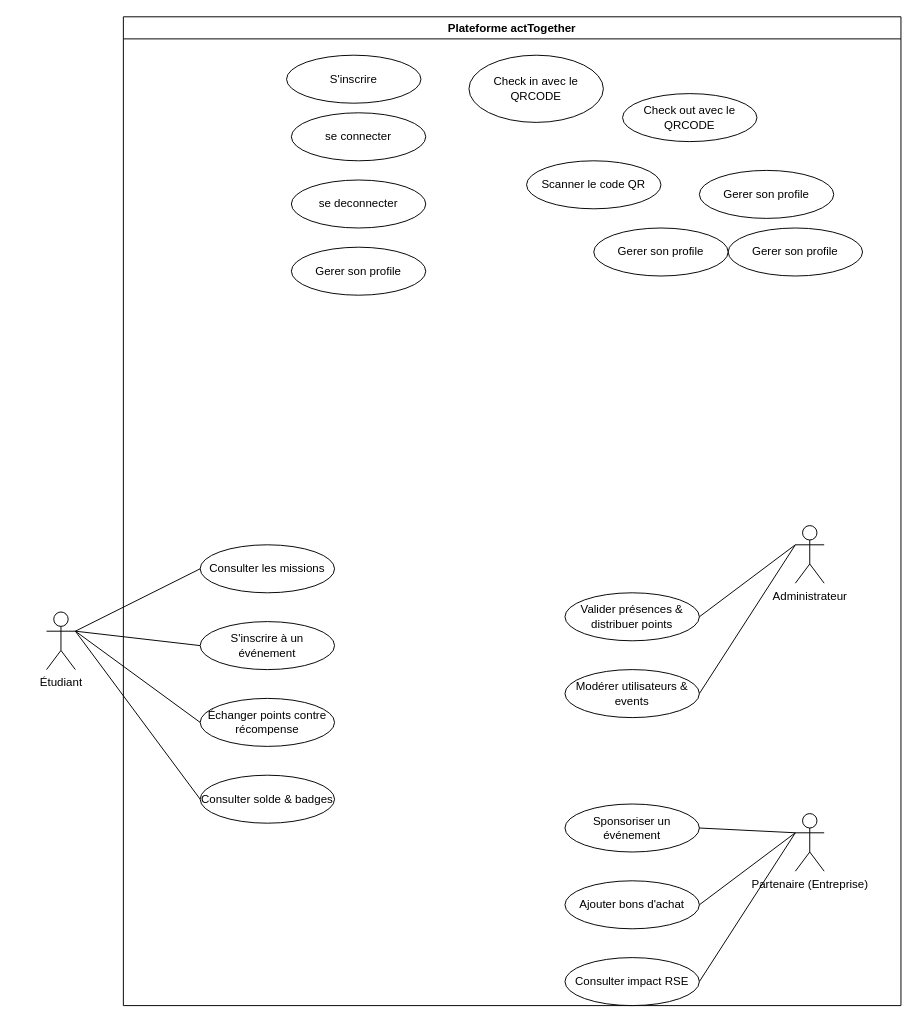
10LOKI/PFA keeps this draw.io diagram as Diagrammes/UseCase.drawio. Above is the earlier version. Source tidied: cells renumbered, new cells numbered last; positions are measured from the earlier drawing's top-left corner, leaving out a move shared by most shapes. Both pictures are drawn from the tidied source at 96%, with x=0, y=0 at pixel (46, 16).
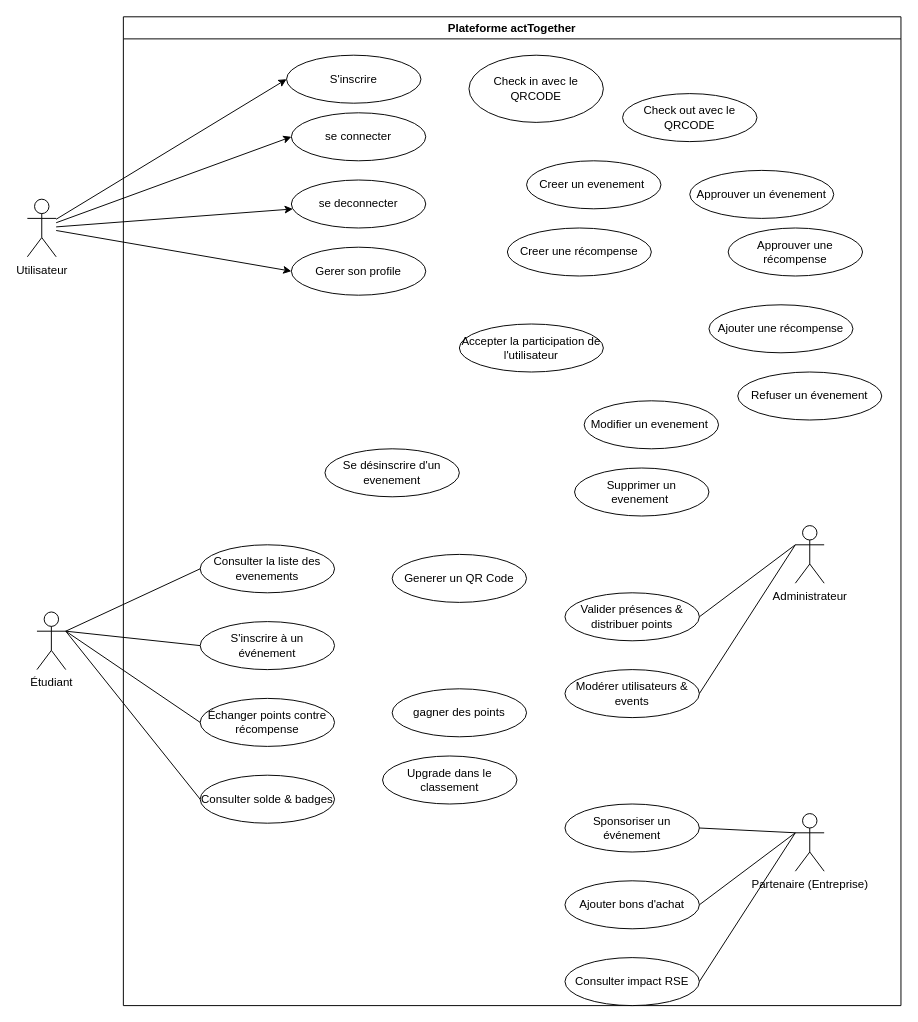
The same page after the edit.

Unchanged cells that the change refers to:
```xml
<mxCell id="2" value="Plateforme actTogether" style="swimlane;whiteSpace=wrap;html=1;startSize=23;" parent="1" vertex="1">
  <mxGeometry x="80" width="810" height="1030" as="geometry" />
</mxCell>
<mxCell id="3" value="S'inscrire" style="ellipse;whiteSpace=wrap;html=1;" parent="2" vertex="1">
  <mxGeometry x="170" y="40" width="140" height="50" as="geometry" />
</mxCell>
<mxCell id="8" value="S'inscrire à un événement" style="ellipse;whiteSpace=wrap;html=1;" parent="2" vertex="1">
  <mxGeometry x="80" y="630" width="140" height="50" as="geometry" />
</mxCell>
<mxCell id="10" value="Échanger points contre récompense" style="ellipse;whiteSpace=wrap;html=1;" parent="2" vertex="1">
  <mxGeometry x="80" y="710" width="140" height="50" as="geometry" />
</mxCell>
<mxCell id="12" value="Consulter solde &amp; badges" style="ellipse;whiteSpace=wrap;html=1;" parent="2" vertex="1">
  <mxGeometry x="80" y="790" width="140" height="50" as="geometry" />
</mxCell>
<mxCell id="25" value="Gerer son profile" style="ellipse;whiteSpace=wrap;html=1;" parent="2" vertex="1">
  <mxGeometry x="175" y="240" width="140" height="50" as="geometry" />
</mxCell>
<mxCell id="26" value="se deconnecter" style="ellipse;whiteSpace=wrap;html=1;" parent="2" vertex="1">
  <mxGeometry x="175" y="170" width="140" height="50" as="geometry" />
</mxCell>
<mxCell id="27" value="se connecter" style="ellipse;whiteSpace=wrap;html=1;" parent="2" vertex="1">
  <mxGeometry x="175" y="100" width="140" height="50" as="geometry" />
</mxCell>
```

What changed in the source:
```diff
@@
-    <mxCell id="4" value="Étudiant" style="shape=umlActor;verticalLabelPosition=bottom;verticalAlign=top;html=1;" parent="2" vertex="1">
-      <mxGeometry x="-80" y="620" width="30" height="60" as="geometry" />
-    </mxCell>
-    <mxCell id="5" style="endArrow=none;html=1;exitX=1;exitY=0.333;exitDx=0;exitDy=0;exitPerimeter=0;entryX=0;entryY=0.5;entryDx=0;entryDy=0;" parent="2" edge="1" source="4" target="6">
-      <mxGeometry relative="1" as="geometry" />
-    </mxCell>
-    <mxCell id="6" value="Consulter les missions" style="ellipse;whiteSpace=wrap;html=1;" parent="2" vertex="1">
+    <mxCell id="6" value="Consulter la liste des evenements" style="ellipse;whiteSpace=wrap;html=1;" parent="2" vertex="1">
       <mxGeometry x="80" y="550" width="140" height="50" as="geometry" />
     </mxCell>
-    <mxCell id="7" style="endArrow=none;html=1;exitX=1;exitY=0.333;exitDx=0;exitDy=0;exitPerimeter=0;entryX=0;entryY=0.5;entryDx=0;entryDy=0;" parent="2" edge="1" source="4" target="8">
-      <mxGeometry relative="1" as="geometry" />
-    </mxCell>
@@
-    <mxCell id="9" style="endArrow=none;html=1;exitX=1;exitY=0.333;exitDx=0;exitDy=0;exitPerimeter=0;entryX=0;entryY=0.5;entryDx=0;entryDy=0;" parent="2" edge="1" source="4" target="10">
-      <mxGeometry relative="1" as="geometry" />
-    </mxCell>
@@
-    <mxCell id="11" style="endArrow=none;html=1;exitX=1;exitY=0.333;exitDx=0;exitDy=0;exitPerimeter=0;entryX=0;entryY=0.5;entryDx=0;entryDy=0;" parent="2" edge="1" source="4" target="12">
-      <mxGeometry relative="1" as="geometry" />
-    </mxCell>
@@
-    <mxCell id="30" value="Gerer son profile" style="ellipse;whiteSpace=wrap;html=1;" parent="2" vertex="1">
-      <mxGeometry x="600" y="160" width="140" height="50" as="geometry" />
+    <mxCell id="30" value="Approuver un évenement" style="ellipse;whiteSpace=wrap;html=1;" parent="2" vertex="1">
+      <mxGeometry x="590" y="160" width="150" height="50" as="geometry" />
     </mxCell>
-    <mxCell id="31" value="Gerer son profile" style="ellipse;whiteSpace=wrap;html=1;" parent="2" vertex="1">
+    <mxCell id="31" value="Approuver une récompense" style="ellipse;whiteSpace=wrap;html=1;" parent="2" vertex="1">
       <mxGeometry x="630" y="220" width="140" height="50" as="geometry" />
     </mxCell>
-    <mxCell id="32" value="Gerer son profile" style="ellipse;whiteSpace=wrap;html=1;" parent="2" vertex="1">
-      <mxGeometry x="490" y="220" width="140" height="50" as="geometry" />
+    <mxCell id="32" value="Creer une récompense" style="ellipse;whiteSpace=wrap;html=1;" parent="2" vertex="1">
+      <mxGeometry x="400" y="220" width="150" height="50" as="geometry" />
     </mxCell>
-    <mxCell id="33" value="Scanner le code QR" style="ellipse;whiteSpace=wrap;html=1;" parent="2" vertex="1">
+    <mxCell id="33" value="Creer un evenement&amp;nbsp;" style="ellipse;whiteSpace=wrap;html=1;" parent="2" vertex="1">
       <mxGeometry x="420" y="150" width="140" height="50" as="geometry" />
     </mxCell>
+    <mxCell id="34" value="Accepter la participation de l'utilisateur" style="ellipse;whiteSpace=wrap;html=1;" parent="2" vertex="1">
+      <mxGeometry x="350" y="320" width="150" height="50" as="geometry" />
+    </mxCell>
+    <mxCell id="35" value="Ajouter une récompense" style="ellipse;whiteSpace=wrap;html=1;" parent="2" vertex="1">
+      <mxGeometry x="610" y="300" width="150" height="50" as="geometry" />
+    </mxCell>
+    <mxCell id="36" value="Se désinscrire d'un evenement" style="ellipse;whiteSpace=wrap;html=1;" parent="2" vertex="1">
+      <mxGeometry x="210" y="450" width="140" height="50" as="geometry" />
+    </mxCell>
+    <mxCell id="37" value="Modifier un evenement&amp;nbsp;" style="ellipse;whiteSpace=wrap;html=1;" parent="2" vertex="1">
+      <mxGeometry x="480" y="400" width="140" height="50" as="geometry" />
+    </mxCell>
+    <mxCell id="38" value="Supprimer un evenement&amp;nbsp;" style="ellipse;whiteSpace=wrap;html=1;" parent="2" vertex="1">
+      <mxGeometry x="470" y="470" width="140" height="50" as="geometry" />
+    </mxCell>
+    <mxCell id="39" value="Refuser un évenement" style="ellipse;whiteSpace=wrap;html=1;" parent="2" vertex="1">
+      <mxGeometry x="640" y="370" width="150" height="50" as="geometry" />
+    </mxCell>
+    <mxCell id="40" value="Generer un QR Code" style="ellipse;whiteSpace=wrap;html=1;" parent="2" vertex="1">
+      <mxGeometry x="280" y="560" width="140" height="50" as="geometry" />
+    </mxCell>
+    <mxCell id="41" value="gagner des points" style="ellipse;whiteSpace=wrap;html=1;" parent="2" vertex="1">
+      <mxGeometry x="280" y="700" width="140" height="50" as="geometry" />
+    </mxCell>
+    <mxCell id="42" value="Upgrade dans le classement" style="ellipse;whiteSpace=wrap;html=1;" parent="2" vertex="1">
+      <mxGeometry x="270" y="770" width="140" height="50" as="geometry" />
+    </mxCell>
+    <mxCell id="4" value="&lt;span style=&quot;color: rgb(0, 0, 0);&quot;&gt;Étudiant&lt;/span&gt;" style="shape=umlActor;verticalLabelPosition=bottom;verticalAlign=top;html=1;" parent="1" vertex="1">
+      <mxGeometry x="-10" y="620" width="30" height="60" as="geometry" />
+    </mxCell>
+    <mxCell id="5" style="endArrow=none;html=1;exitX=1;exitY=0.333;exitDx=0;exitDy=0;exitPerimeter=0;entryX=0;entryY=0.5;entryDx=0;entryDy=0;" parent="1" edge="1" source="4" target="6">
+      <mxGeometry relative="1" as="geometry" />
+    </mxCell>
+    <mxCell id="7" style="endArrow=none;html=1;exitX=1;exitY=0.333;exitDx=0;exitDy=0;exitPerimeter=0;entryX=0;entryY=0.5;entryDx=0;entryDy=0;" parent="1" edge="1" source="4" target="8">
+      <mxGeometry relative="1" as="geometry" />
+    </mxCell>
+    <mxCell id="9" style="endArrow=none;html=1;exitX=1;exitY=0.333;exitDx=0;exitDy=0;exitPerimeter=0;entryX=0;entryY=0.5;entryDx=0;entryDy=0;" parent="1" edge="1" source="4" target="10">
+      <mxGeometry relative="1" as="geometry" />
+    </mxCell>
+    <mxCell id="11" style="endArrow=none;html=1;exitX=1;exitY=0.333;exitDx=0;exitDy=0;exitPerimeter=0;entryX=0;entryY=0.5;entryDx=0;entryDy=0;" parent="1" edge="1" source="4" target="12">
+      <mxGeometry relative="1" as="geometry" />
+    </mxCell>
+    <mxCell id="43" style="edgeStyle=none;html=1;entryX=0;entryY=0.5;entryDx=0;entryDy=0;" parent="1" edge="1" source="47" target="3">
+      <mxGeometry relative="1" as="geometry" />
+    </mxCell>
+    <mxCell id="44" style="edgeStyle=none;html=1;entryX=0;entryY=0.5;entryDx=0;entryDy=0;" parent="1" edge="1" source="47" target="27">
+      <mxGeometry relative="1" as="geometry" />
+    </mxCell>
+    <mxCell id="45" style="edgeStyle=none;html=1;" parent="1" edge="1" source="47" target="26">
+      <mxGeometry relative="1" as="geometry" />
+    </mxCell>
+    <mxCell id="46" style="edgeStyle=none;html=1;entryX=0;entryY=0.5;entryDx=0;entryDy=0;" parent="1" edge="1" source="47" target="25">
+      <mxGeometry relative="1" as="geometry" />
+    </mxCell>
+    <mxCell id="47" value="&lt;span style=&quot;color: rgb(0, 0, 0);&quot;&gt;Utilisateur&lt;/span&gt;" style="shape=umlActor;verticalLabelPosition=bottom;verticalAlign=top;html=1;" parent="1" vertex="1">
+      <mxGeometry x="-20" y="190" width="30" height="60" as="geometry" />
+    </mxCell>
```
